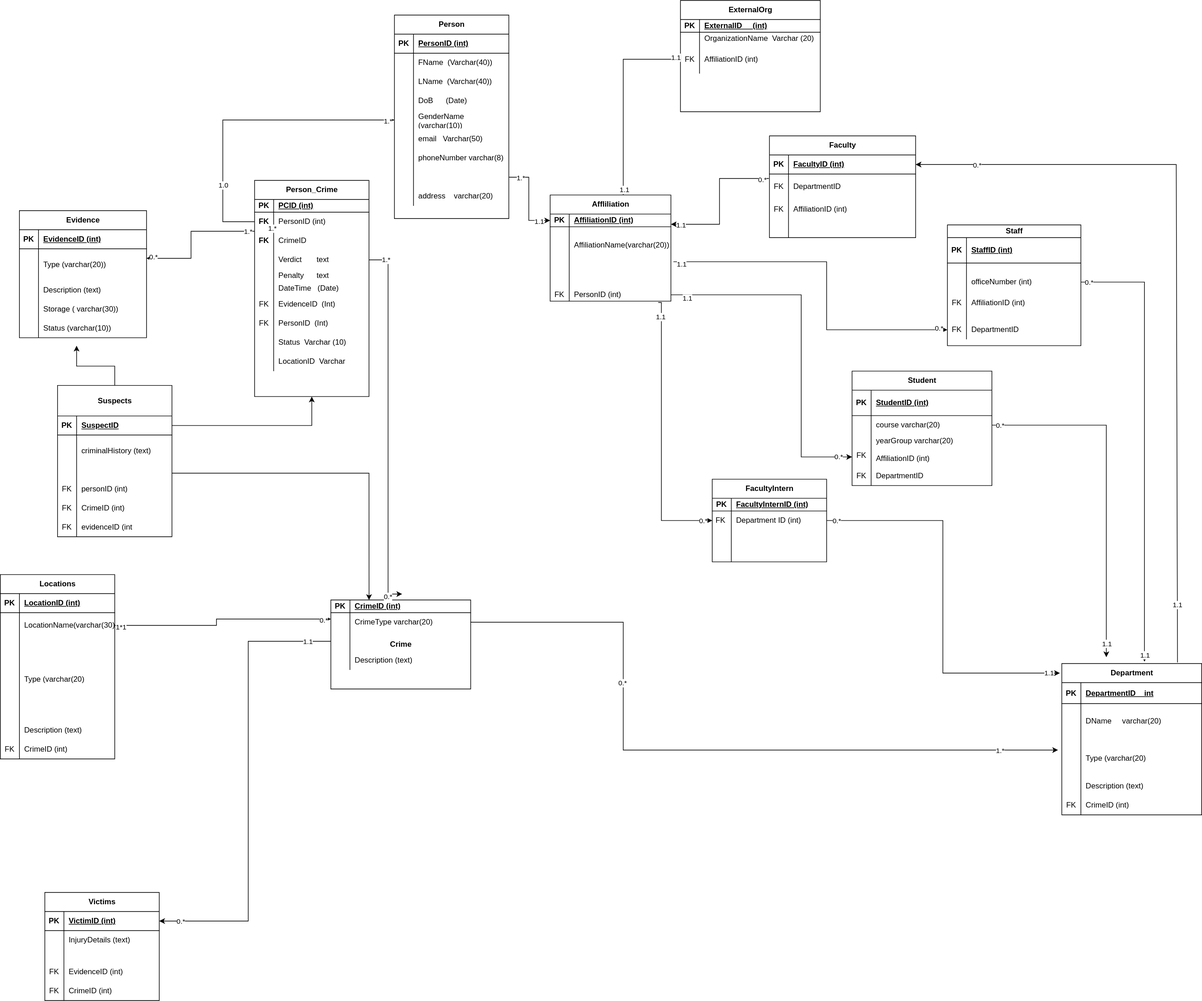
This is Untitled Diagram.drawio.svg from Priscile2/Diagrams, a draw.io export, as it was before one commit. Source tidied: cells renumbered, new cells last; positions are measured from the earlier drawing's top-left corner, leaving out a move shared by most shapes.
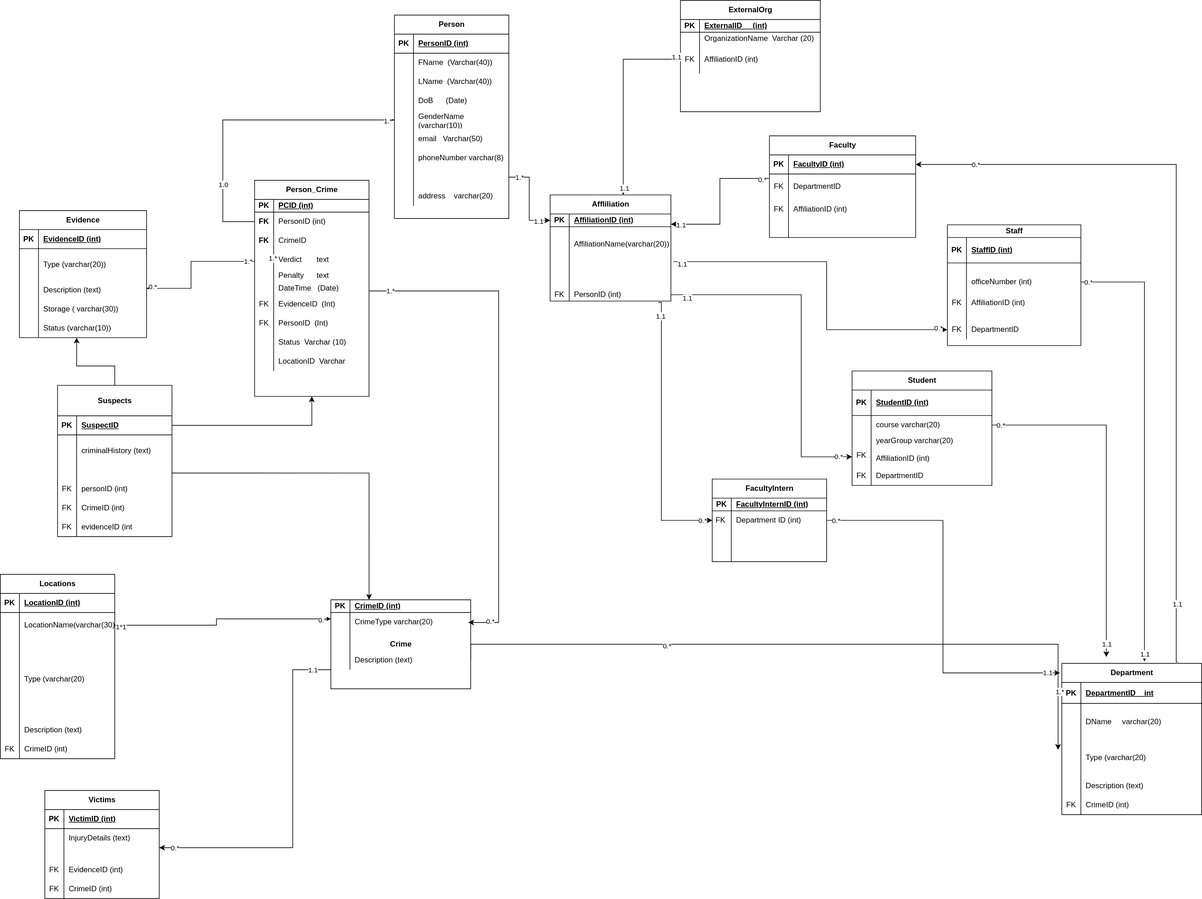
After the commit.

What changed in the source:
```diff
@@ -479,7 +479,7 @@
     <mxCell id="160" value="AffiliationID (int)" style="shape=partialRectangle;fillColor=none;top=0;left=0;bottom=0;right=0;align=left;spacingLeft=6;overflow=hidden;whiteSpace=wrap;html=1;" parent="158" vertex="1">
       <mxGeometry x="30" width="190" height="45" as="geometry" />
     </mxCell>
-    <mxCell id="161" style="edgeStyle=elbowEdgeStyle;rounded=0;jettySize=auto;html=1;exitX=1;exitY=0.5;exitDx=0;exitDy=0;entryX=-0.027;entryY=0.276;entryDx=0;entryDy=0;entryPerimeter=0;" parent="1" edge="1" source="168" target="53">
+    <mxCell id="161" style="edgeStyle=elbowEdgeStyle;rounded=0;jettySize=auto;html=1;exitX=1;exitY=0.5;exitDx=0;exitDy=0;entryX=-0.027;entryY=0.276;entryDx=0;entryDy=0;entryPerimeter=0;" parent="1" edge="1" source="174" target="53">
       <mxGeometry relative="1" as="geometry">
         <Array as="points">
           <mxPoint x="980" y="1013" />
@@ -534,7 +534,7 @@
       <mxGeometry x="30" width="190" height="30" as="geometry" />
     </mxCell>
     <mxCell id="177" value="Victims" style="shape=table;startSize=30;rowLines=0;fontStyle=1;align=center;html=1;" parent="1" vertex="1">
-      <mxGeometry x="70" y="1403" width="180" height="170" as="geometry" />
+      <mxGeometry x="70" y="1243" width="180" height="170" as="geometry" />
     </mxCell>
     <mxCell id="178" style="shape=tableRow;horizontal=0;startSize=0;swimlaneHead=0;swimlaneBody=0;fillColor=none;points=[[0,0.5],[1,0.5]];portConstraint=eastwest;top=0;left=0;right=0;bottom=1;" parent="177" vertex="1">
       <mxGeometry y="30" width="180" height="30" as="geometry" />
@@ -690,10 +690,12 @@
     <mxCell id="227" value="1.0" style="edgeLabel;html=1;align=center;verticalAlign=middle;" parent="225" vertex="1">
       <mxGeometry x="-0.55" relative="1" as="geometry" />
     </mxCell>
-    <mxCell id="228" style="edgeStyle=elbowEdgeStyle;rounded=0;jettySize=auto;html=1;exitX=1;exitY=0.5;exitDx=0;exitDy=0;entryX=0.51;entryY=-0.467;entryDx=0;entryDy=0;entryPerimeter=0;" parent="1" edge="1" source="88" target="165">
+    <mxCell id="228" style="edgeStyle=elbowEdgeStyle;rounded=0;orthogonalLoop=1;jettySize=auto;html=1;entryX=0.51;entryY=-0.467;entryDx=0;entryDy=0;entryPerimeter=0;" parent="1" edge="1">
       <mxGeometry relative="1" as="geometry">
+        <mxPoint x="580" y="457" as="sourcePoint" />
+        <mxPoint x="736.2" y="978.7" as="targetPoint" />
         <Array as="points">
-          <mxPoint x="610" y="663" />
+          <mxPoint x="784" y="718" />
         </Array>
       </mxGeometry>
     </mxCell>
@@ -794,10 +796,10 @@
     </mxCell>
     <mxCell id="249" style="edgeStyle=elbowEdgeStyle;rounded=0;orthogonalLoop=1;jettySize=auto;html=1;entryX=1;entryY=0.5;entryDx=0;entryDy=0;" parent="1" edge="1">
       <mxGeometry relative="1" as="geometry">
-        <mxPoint x="400" y="363" as="sourcePoint" />
-        <mxPoint x="230" y="405.5" as="targetPoint" />
+        <mxPoint x="400" y="410.5" as="sourcePoint" />
+        <mxPoint x="230" y="453" as="targetPoint" />
         <Array as="points">
-          <mxPoint x="300" y="363" />
+          <mxPoint x="300" y="410.5" />
         </Array>
       </mxGeometry>
     </mxCell>
@@ -812,10 +814,12 @@
     <mxCell id="252" value="1.*" style="edgeLabel;html=1;align=center;verticalAlign=middle;" parent="249" vertex="1">
       <mxGeometry x="-0.9" relative="1" as="geometry" />
     </mxCell>
-    <mxCell id="253" style="edgeStyle=elbowEdgeStyle;rounded=0;jettySize=auto;html=1;entryX=1;entryY=0.5;entryDx=0;entryDy=0;exitX=0;exitY=0.5;exitDx=0;exitDy=0;" parent="1" edge="1" source="171" target="178">
+    <mxCell id="253" style="edgeStyle=elbowEdgeStyle;rounded=0;orthogonalLoop=1;jettySize=auto;html=1;entryX=1;entryY=0.5;entryDx=0;entryDy=0;exitX=0;exitY=0.5;exitDx=0;exitDy=0;" parent="1" edge="1">
       <mxGeometry relative="1" as="geometry">
+        <mxPoint x="520" y="1053" as="sourcePoint" />
+        <mxPoint x="250" y="1333" as="targetPoint" />
         <Array as="points">
-          <mxPoint x="390" y="993" />
+          <mxPoint x="460" y="1258" />
         </Array>
       </mxGeometry>
     </mxCell>
@@ -901,9 +905,8 @@
     <mxCell id="275" value="1.1" style="edgeLabel;html=1;align=center;verticalAlign=middle;" parent="273" vertex="1">
       <mxGeometry x="0.94" y="1" relative="1" as="geometry" />
     </mxCell>
-    <mxCell id="276" style="edgeStyle=orthogonalEdgeStyle;rounded=0;jettySize=auto;html=1;exitX=0.5;exitY=0;exitDx=0;exitDy=0;" parent="1" edge="1" source="277">
+    <mxCell id="276" style="edgeStyle=orthogonalEdgeStyle;rounded=0;jettySize=auto;html=1;exitX=0.5;exitY=0;exitDx=0;exitDy=0;" parent="1" edge="1" source="277" target="75">
       <mxGeometry relative="1" as="geometry">
-        <mxPoint x="120" y="543" as="targetPoint" />
         <Array as="points">
           <mxPoint x="180" y="575" />
           <mxPoint x="120" y="575" />
```
